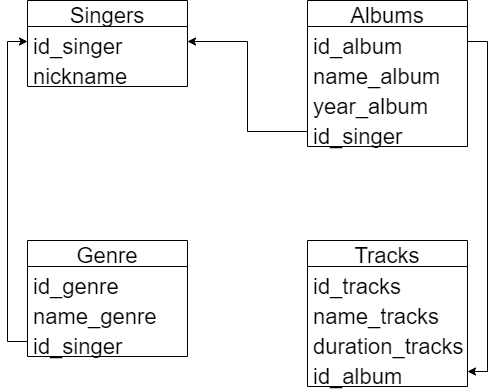
Above: Introduction/diagram.png in AnastasiaLunina/SQL (draw.io), before the change. Source tidied: cells renumbered, new cells last; positions are measured from the earlier drawing's top-left corner, leaving out a move shared by most shapes.
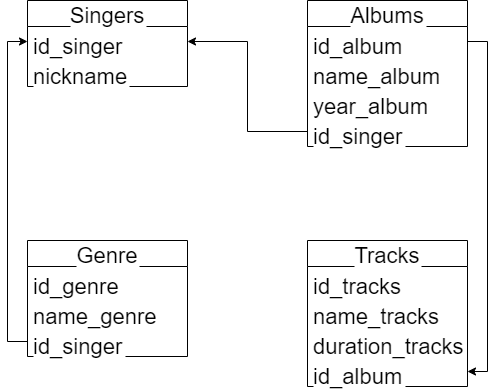
The same file after the commit.

Diff of the diagram source:
```diff
@@ -2,64 +2,64 @@
   <root>
     <mxCell id="0" />
     <mxCell id="1" parent="0" />
-    <mxCell id="2" value="Singers" style="swimlane;fontStyle=0;horizontal=1;startSize=26;align=center;fontSize=22;" parent="1" vertex="1">
+    <mxCell id="2" value="Singers" style="swimlane;fontStyle=0;horizontal=1;startSize=26;align=center;fontSize=22;labelBackgroundColor=default;" parent="1" vertex="1">
       <mxGeometry width="160" height="86" as="geometry" />
     </mxCell>
-    <mxCell id="3" value="id_singer            &#10;&#10;" style="text;spacingLeft=4;spacingRight=4;overflow=hidden;points=[[0,0.5],[1,0.5]];portConstraint=eastwest;fontSize=22;" parent="2" vertex="1">
+    <mxCell id="3" value="id_singer            &#10;&#10;" style="text;spacingLeft=4;spacingRight=4;overflow=hidden;points=[[0,0.5],[1,0.5]];portConstraint=eastwest;fontSize=22;labelBackgroundColor=default;" parent="2" vertex="1">
       <mxGeometry y="26" width="160" height="30" as="geometry" />
     </mxCell>
-    <mxCell id="4" value="nickname" style="text;strokeColor=none;fillColor=none;spacingLeft=4;spacingRight=4;overflow=hidden;fontSize=22;" parent="2" vertex="1">
+    <mxCell id="4" value="nickname" style="text;spacingLeft=4;spacingRight=4;overflow=hidden;fontSize=22;labelBackgroundColor=default;" parent="2" vertex="1">
       <mxGeometry y="56" width="160" height="30" as="geometry" />
     </mxCell>
-    <mxCell id="5" value="Albums" style="swimlane;fontStyle=0;horizontal=1;startSize=26;align=center;fontSize=22;" parent="1" vertex="1">
+    <mxCell id="5" value="Albums" style="swimlane;fontStyle=0;horizontal=1;startSize=26;align=center;fontSize=22;labelBackgroundColor=default;" parent="1" vertex="1">
       <mxGeometry x="280" width="160" height="146" as="geometry" />
     </mxCell>
-    <mxCell id="6" value="id_album" style="text;strokeColor=none;fillColor=none;spacingLeft=4;spacingRight=4;overflow=hidden;points=[[0,0.5],[1,0.5]];portConstraint=eastwest;fontSize=22;" parent="5" vertex="1">
+    <mxCell id="6" value="id_album" style="text;spacingLeft=4;spacingRight=4;overflow=hidden;points=[[0,0.5],[1,0.5]];portConstraint=eastwest;fontSize=22;labelBackgroundColor=default;" parent="5" vertex="1">
       <mxGeometry y="26" width="160" height="30" as="geometry" />
     </mxCell>
-    <mxCell id="7" value="name_album" style="text;strokeColor=none;fillColor=none;spacingLeft=4;spacingRight=4;overflow=hidden;fontSize=22;" parent="5" vertex="1">
+    <mxCell id="7" value="name_album" style="text;spacingLeft=4;spacingRight=4;overflow=hidden;fontSize=22;labelBackgroundColor=default;" parent="5" vertex="1">
       <mxGeometry y="56" width="160" height="30" as="geometry" />
     </mxCell>
-    <mxCell id="8" value="year_album" style="text;strokeColor=none;fillColor=none;spacingLeft=4;spacingRight=4;overflow=hidden;fontSize=22;" parent="5" vertex="1">
+    <mxCell id="8" value="year_album" style="text;spacingLeft=4;spacingRight=4;overflow=hidden;fontSize=22;labelBackgroundColor=default;" parent="5" vertex="1">
       <mxGeometry y="86" width="160" height="30" as="geometry" />
     </mxCell>
-    <mxCell id="9" value="id_singer" style="text;strokeColor=none;fillColor=none;spacingLeft=4;spacingRight=4;overflow=hidden;points=[[0,0.5],[1,0.5]];portConstraint=eastwest;fontSize=22;" parent="5" vertex="1">
+    <mxCell id="9" value="id_singer" style="text;spacingLeft=4;spacingRight=4;overflow=hidden;points=[[0,0.5],[1,0.5]];portConstraint=eastwest;fontSize=22;labelBackgroundColor=default;" parent="5" vertex="1">
       <mxGeometry y="116" width="160" height="30" as="geometry" />
     </mxCell>
-    <mxCell id="10" value="Tracks" style="swimlane;fontStyle=0;horizontal=1;startSize=26;align=center;fontSize=22;" parent="1" vertex="1">
+    <mxCell id="10" value="Tracks" style="swimlane;fontStyle=0;horizontal=1;startSize=26;align=center;fontSize=22;labelBackgroundColor=default;" parent="1" vertex="1">
       <mxGeometry x="280" y="240" width="160" height="146" as="geometry" />
     </mxCell>
-    <mxCell id="11" value="id_tracks" style="text;strokeColor=none;fillColor=none;spacingLeft=4;spacingRight=4;overflow=hidden;fontSize=22;" parent="10" vertex="1">
+    <mxCell id="11" value="id_tracks" style="text;spacingLeft=4;spacingRight=4;overflow=hidden;fontSize=22;labelBackgroundColor=default;" parent="10" vertex="1">
       <mxGeometry y="26" width="160" height="30" as="geometry" />
     </mxCell>
-    <mxCell id="12" value="name_tracks" style="text;strokeColor=none;fillColor=none;spacingLeft=4;spacingRight=4;overflow=hidden;fontSize=22;" parent="10" vertex="1">
+    <mxCell id="12" value="name_tracks" style="text;spacingLeft=4;spacingRight=4;overflow=hidden;fontSize=22;labelBackgroundColor=default;" parent="10" vertex="1">
       <mxGeometry y="56" width="160" height="30" as="geometry" />
     </mxCell>
-    <mxCell id="13" value="duration_tracks" style="text;strokeColor=none;fillColor=none;spacingLeft=4;spacingRight=4;overflow=hidden;fontSize=22;" parent="10" vertex="1">
+    <mxCell id="13" value="duration_tracks" style="text;spacingLeft=4;spacingRight=4;overflow=hidden;fontSize=22;labelBackgroundColor=default;" parent="10" vertex="1">
       <mxGeometry y="86" width="160" height="30" as="geometry" />
     </mxCell>
-    <mxCell id="14" value="id_album" style="text;strokeColor=none;fillColor=none;spacingLeft=4;spacingRight=4;overflow=hidden;points=[[0,0.5],[1,0.5]];portConstraint=eastwest;fontSize=22;" parent="10" vertex="1">
+    <mxCell id="14" value="id_album" style="text;spacingLeft=4;spacingRight=4;overflow=hidden;points=[[0,0.5],[1,0.5]];portConstraint=eastwest;fontSize=22;labelBackgroundColor=default;" parent="10" vertex="1">
       <mxGeometry y="116" width="160" height="30" as="geometry" />
     </mxCell>
-    <mxCell id="15" value="Genre" style="swimlane;fontStyle=0;horizontal=1;startSize=26;align=center;fontSize=22;" parent="1" vertex="1">
+    <mxCell id="15" value="Genre" style="swimlane;fontStyle=0;horizontal=1;startSize=26;align=center;fontSize=22;labelBackgroundColor=default;" parent="1" vertex="1">
       <mxGeometry y="240" width="160" height="116" as="geometry" />
     </mxCell>
-    <mxCell id="16" value="id_genre" style="text;strokeColor=none;fillColor=none;spacingLeft=4;spacingRight=4;overflow=hidden;fontSize=22;" parent="15" vertex="1">
+    <mxCell id="16" value="id_genre" style="text;spacingLeft=4;spacingRight=4;overflow=hidden;fontSize=22;labelBackgroundColor=default;" parent="15" vertex="1">
       <mxGeometry y="26" width="160" height="30" as="geometry" />
     </mxCell>
-    <mxCell id="17" value="name_genre" style="text;strokeColor=none;fillColor=none;spacingLeft=4;spacingRight=4;overflow=hidden;fontSize=22;" parent="15" vertex="1">
+    <mxCell id="17" value="name_genre" style="text;spacingLeft=4;spacingRight=4;overflow=hidden;fontSize=22;labelBackgroundColor=default;" parent="15" vertex="1">
       <mxGeometry y="56" width="160" height="30" as="geometry" />
     </mxCell>
-    <mxCell id="18" value="id_singer" style="text;strokeColor=none;fillColor=none;spacingLeft=4;spacingRight=4;overflow=hidden;points=[[0,0.5],[1,0.5]];portConstraint=eastwest;fontSize=22;" parent="15" vertex="1">
+    <mxCell id="18" value="id_singer" style="text;spacingLeft=4;spacingRight=4;overflow=hidden;points=[[0,0.5],[1,0.5]];portConstraint=eastwest;fontSize=22;labelBackgroundColor=default;" parent="15" vertex="1">
       <mxGeometry y="86" width="160" height="30" as="geometry" />
     </mxCell>
-    <mxCell id="19" style="edgeStyle=orthogonalEdgeStyle;rounded=0;jettySize=auto;html=1;exitX=0;exitY=0.5;exitDx=0;exitDy=0;entryX=1;entryY=0.5;entryDx=0;entryDy=0;fontSize=22;" parent="1" edge="1" source="9" target="3">
+    <mxCell id="19" style="edgeStyle=orthogonalEdgeStyle;rounded=0;jettySize=auto;html=1;exitX=0;exitY=0.5;exitDx=0;exitDy=0;entryX=1;entryY=0.5;entryDx=0;entryDy=0;fontSize=22;labelBackgroundColor=default;" parent="1" edge="1" source="9" target="3">
       <mxGeometry relative="1" as="geometry" />
     </mxCell>
-    <mxCell id="20" style="edgeStyle=orthogonalEdgeStyle;rounded=0;jettySize=auto;html=1;exitX=1;exitY=0.5;exitDx=0;exitDy=0;entryX=1;entryY=0.5;entryDx=0;entryDy=0;fontSize=22;" parent="1" edge="1" source="6" target="14">
+    <mxCell id="20" style="edgeStyle=orthogonalEdgeStyle;rounded=0;jettySize=auto;html=1;exitX=1;exitY=0.5;exitDx=0;exitDy=0;entryX=1;entryY=0.5;entryDx=0;entryDy=0;fontSize=22;labelBackgroundColor=default;" parent="1" edge="1" source="6" target="14">
       <mxGeometry relative="1" as="geometry" />
     </mxCell>
-    <mxCell id="21" style="edgeStyle=orthogonalEdgeStyle;rounded=0;jettySize=auto;html=1;exitX=0;exitY=0.5;exitDx=0;exitDy=0;entryX=0;entryY=0.5;entryDx=0;entryDy=0;fontSize=22;" parent="1" edge="1" source="18" target="3">
+    <mxCell id="21" style="edgeStyle=orthogonalEdgeStyle;rounded=0;jettySize=auto;html=1;exitX=0;exitY=0.5;exitDx=0;exitDy=0;entryX=0;entryY=0.5;entryDx=0;entryDy=0;fontSize=22;labelBackgroundColor=default;" parent="1" edge="1" source="18" target="3">
       <mxGeometry relative="1" as="geometry" />
     </mxCell>
   </root>
```
